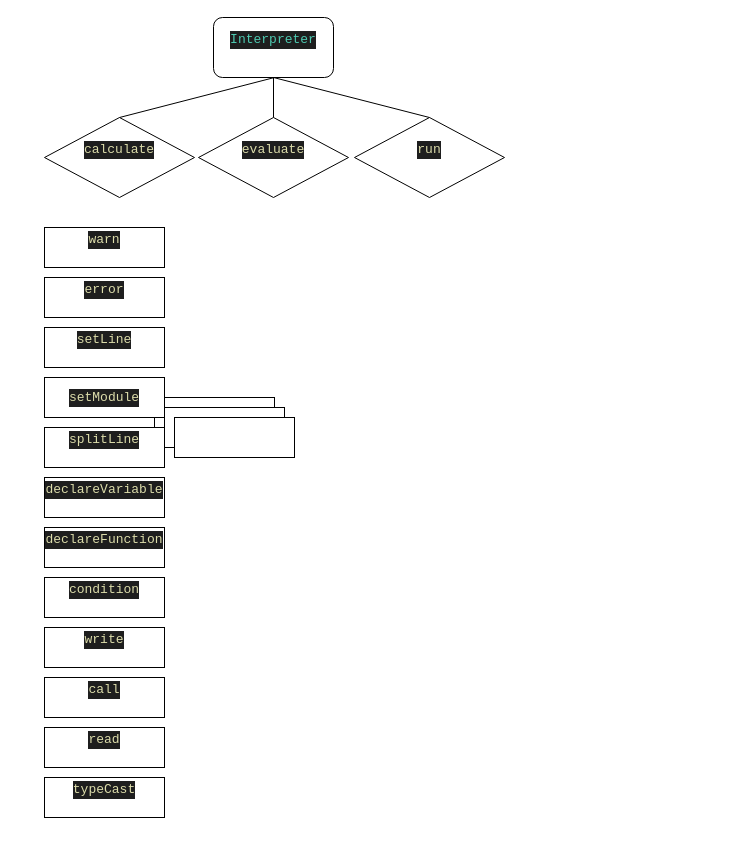
Above: Interpreter.drawio in ShaharMS/draw.io-projects (draw.io), before the change. Source tidied: cells renumbered, new cells numbered last; positions are measured from the earlier drawing's top-left corner, leaving out a move shared by most shapes. Both pictures are drawn from the tidied source at 100%, with x=0, y=0 at pixel (44, 17).
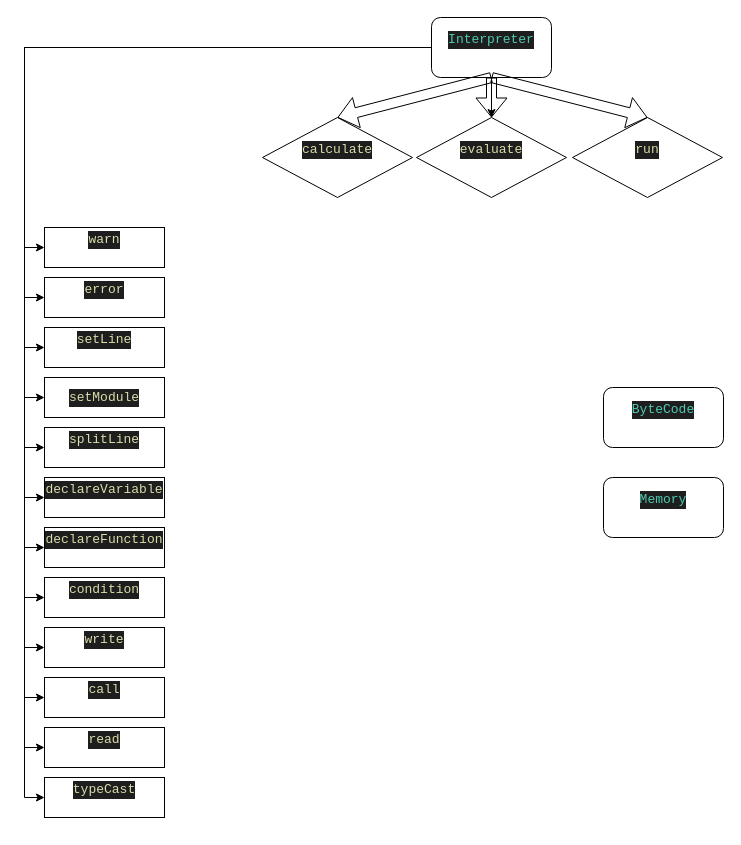
The same page after the edit.

Unchanged cells that the change refers to:
```xml
<mxCell id="9" value="&#10;&lt;div style=&quot;color: #d4d4d4;background-color: #1e1e1e;font-family: 'Fira Code', Consolas, 'Courier New', monospace;font-weight: normal;font-size: 13px;line-height: 18px;white-space: pre;&quot;&gt;&lt;div&gt;&lt;span style=&quot;color: #dcdcaa;&quot;&gt;error&lt;/span&gt;&lt;/div&gt;&lt;/div&gt;&#10;&#10;" style="rounded=0;whiteSpace=wrap;html=1;" parent="1" vertex="1">
  <mxGeometry y="260" width="120" height="40" as="geometry" />
</mxCell>
<mxCell id="11" value="&#10;&lt;div style=&quot;color: #d4d4d4;background-color: #1e1e1e;font-family: 'Fira Code', Consolas, 'Courier New', monospace;font-weight: normal;font-size: 13px;line-height: 18px;white-space: pre;&quot;&gt;&lt;div&gt;&lt;span style=&quot;color: #dcdcaa;&quot;&gt;warn&lt;/span&gt;&lt;/div&gt;&lt;/div&gt;&#10;&#10;" style="rounded=0;whiteSpace=wrap;html=1;fontStyle=0;" parent="1" vertex="1">
  <mxGeometry y="210" width="120" height="40" as="geometry" />
</mxCell>
<mxCell id="14" value="&#10;&lt;div style=&quot;color: #d4d4d4;background-color: #1e1e1e;font-family: 'Fira Code', Consolas, 'Courier New', monospace;font-weight: normal;font-size: 13px;line-height: 18px;white-space: pre;&quot;&gt;&lt;div&gt;&lt;span style=&quot;color: #dcdcaa;&quot;&gt;typeCast&lt;/span&gt;&lt;/div&gt;&lt;/div&gt;&#10;&#10;" style="rounded=0;whiteSpace=wrap;html=1;" parent="1" vertex="1">
  <mxGeometry y="760" width="120" height="40" as="geometry" />
</mxCell>
<mxCell id="15" value="&#10;&lt;div style=&quot;color: #d4d4d4;background-color: #1e1e1e;font-family: 'Fira Code', Consolas, 'Courier New', monospace;font-weight: normal;font-size: 13px;line-height: 18px;white-space: pre;&quot;&gt;&lt;div&gt;&lt;span style=&quot;color: #dcdcaa;&quot;&gt;read&lt;/span&gt;&lt;/div&gt;&lt;/div&gt;&#10;&#10;" style="rounded=0;whiteSpace=wrap;html=1;" parent="1" vertex="1">
  <mxGeometry y="710" width="120" height="40" as="geometry" />
</mxCell>
<mxCell id="16" value="&#10;&lt;div style=&quot;color: #d4d4d4;background-color: #1e1e1e;font-family: 'Fira Code', Consolas, 'Courier New', monospace;font-weight: normal;font-size: 13px;line-height: 18px;white-space: pre;&quot;&gt;&lt;div&gt;&lt;span style=&quot;color: #dcdcaa;&quot;&gt;call&lt;/span&gt;&lt;/div&gt;&lt;/div&gt;&#10;&#10;" style="rounded=0;whiteSpace=wrap;html=1;" parent="1" vertex="1">
  <mxGeometry y="660" width="120" height="40" as="geometry" />
</mxCell>
<mxCell id="17" value="&#10;&lt;div style=&quot;color: #d4d4d4;background-color: #1e1e1e;font-family: 'Fira Code', Consolas, 'Courier New', monospace;font-weight: normal;font-size: 13px;line-height: 18px;white-space: pre;&quot;&gt;&lt;div&gt;&lt;span style=&quot;color: #dcdcaa;&quot;&gt;write&lt;/span&gt;&lt;/div&gt;&lt;/div&gt;&#10;&#10;" style="rounded=0;whiteSpace=wrap;html=1;" parent="1" vertex="1">
  <mxGeometry y="610" width="120" height="40" as="geometry" />
</mxCell>
<mxCell id="18" value="&#10;&lt;div style=&quot;color: #d4d4d4;background-color: #1e1e1e;font-family: 'Fira Code', Consolas, 'Courier New', monospace;font-weight: normal;font-size: 13px;line-height: 18px;white-space: pre;&quot;&gt;&lt;div&gt;&lt;span style=&quot;color: #dcdcaa;&quot;&gt;condition&lt;/span&gt;&lt;/div&gt;&lt;/div&gt;&#10;&#10;" style="rounded=0;whiteSpace=wrap;html=1;" parent="1" vertex="1">
  <mxGeometry y="560" width="120" height="40" as="geometry" />
</mxCell>
<mxCell id="19" value="&#10;&lt;div style=&quot;color: #d4d4d4;background-color: #1e1e1e;font-family: 'Fira Code', Consolas, 'Courier New', monospace;font-weight: normal;font-size: 13px;line-height: 18px;white-space: pre;&quot;&gt;&lt;div&gt;&lt;span style=&quot;color: #dcdcaa;&quot;&gt;declareFunction&lt;/span&gt;&lt;/div&gt;&lt;/div&gt;&#10;&#10;" style="rounded=0;whiteSpace=wrap;html=1;" parent="1" vertex="1">
  <mxGeometry y="510" width="120" height="40" as="geometry" />
</mxCell>
<mxCell id="20" value="&#10;&lt;div style=&quot;color: #d4d4d4;background-color: #1e1e1e;font-family: 'Fira Code', Consolas, 'Courier New', monospace;font-weight: normal;font-size: 13px;line-height: 18px;white-space: pre;&quot;&gt;&lt;div&gt;&lt;span style=&quot;color: #dcdcaa;&quot;&gt;declareVariable&lt;/span&gt;&lt;/div&gt;&lt;/div&gt;&#10;&#10;" style="rounded=0;whiteSpace=wrap;html=1;" parent="1" vertex="1">
  <mxGeometry y="460" width="120" height="40" as="geometry" />
</mxCell>
<mxCell id="21" value="&#10;&lt;div style=&quot;color: #d4d4d4;background-color: #1e1e1e;font-family: 'Fira Code', Consolas, 'Courier New', monospace;font-weight: normal;font-size: 13px;line-height: 18px;white-space: pre;&quot;&gt;&lt;div&gt;&lt;span style=&quot;color: #dcdcaa;&quot;&gt;splitLine&lt;/span&gt;&lt;/div&gt;&lt;/div&gt;&#10;&#10;" style="rounded=0;whiteSpace=wrap;html=1;" parent="1" vertex="1">
  <mxGeometry y="410" width="120" height="40" as="geometry" />
</mxCell>
<mxCell id="22" value="&lt;div style=&quot;color: #d4d4d4;background-color: #1e1e1e;font-family: 'Fira Code', Consolas, 'Courier New', monospace;font-weight: normal;font-size: 13px;line-height: 18px;white-space: pre;&quot;&gt;&lt;div&gt;&lt;span style=&quot;color: #dcdcaa;&quot;&gt;setModule&lt;/span&gt;&lt;/div&gt;&lt;/div&gt;" style="rounded=0;whiteSpace=wrap;html=1;" parent="1" vertex="1">
  <mxGeometry y="360" width="120" height="40" as="geometry" />
</mxCell>
<mxCell id="23" value="&#10;&lt;div style=&quot;color: #d4d4d4;background-color: #1e1e1e;font-family: 'Fira Code', Consolas, 'Courier New', monospace;font-weight: normal;font-size: 13px;line-height: 18px;white-space: pre;&quot;&gt;&lt;div&gt;&lt;span style=&quot;color: #dcdcaa;&quot;&gt;setLine&lt;/span&gt;&lt;/div&gt;&lt;/div&gt;&#10;&#10;" style="rounded=0;whiteSpace=wrap;html=1;" parent="1" vertex="1">
  <mxGeometry y="310" width="120" height="40" as="geometry" />
</mxCell>
```

The edit, as a diff of the source:
```diff
@@
+    <mxCell id="24" style="edgeStyle=orthogonalEdgeStyle;rounded=0;jettySize=auto;html=1;entryX=0;entryY=0.5;entryDx=0;entryDy=0;" parent="1" edge="1" source="2" target="11">
+      <mxGeometry relative="1" as="geometry" />
+    </mxCell>
+    <mxCell id="25" style="edgeStyle=orthogonalEdgeStyle;rounded=0;jettySize=auto;html=1;entryX=0;entryY=0.5;entryDx=0;entryDy=0;" parent="1" edge="1" source="2" target="9">
+      <mxGeometry relative="1" as="geometry" />
+    </mxCell>
+    <mxCell id="26" style="edgeStyle=orthogonalEdgeStyle;rounded=0;jettySize=auto;html=1;entryX=0;entryY=0.5;entryDx=0;entryDy=0;" parent="1" edge="1" source="2" target="23">
+      <mxGeometry relative="1" as="geometry" />
+    </mxCell>
+    <mxCell id="27" style="edgeStyle=orthogonalEdgeStyle;rounded=0;jettySize=auto;html=1;entryX=0;entryY=0.5;entryDx=0;entryDy=0;" parent="1" edge="1" source="2" target="22">
+      <mxGeometry relative="1" as="geometry" />
+    </mxCell>
+    <mxCell id="28" style="edgeStyle=orthogonalEdgeStyle;rounded=0;jettySize=auto;html=1;entryX=0;entryY=0.5;entryDx=0;entryDy=0;" parent="1" edge="1" source="2" target="21">
+      <mxGeometry relative="1" as="geometry" />
+    </mxCell>
+    <mxCell id="29" style="edgeStyle=orthogonalEdgeStyle;rounded=0;jettySize=auto;html=1;entryX=0;entryY=0.5;entryDx=0;entryDy=0;" parent="1" edge="1" source="2" target="20">
+      <mxGeometry relative="1" as="geometry" />
+    </mxCell>
+    <mxCell id="30" style="edgeStyle=orthogonalEdgeStyle;rounded=0;jettySize=auto;html=1;entryX=0;entryY=0.5;entryDx=0;entryDy=0;" parent="1" edge="1" source="2" target="19">
+      <mxGeometry relative="1" as="geometry" />
+    </mxCell>
+    <mxCell id="31" style="edgeStyle=orthogonalEdgeStyle;rounded=0;jettySize=auto;html=1;entryX=0;entryY=0.5;entryDx=0;entryDy=0;" parent="1" edge="1" source="2" target="18">
+      <mxGeometry relative="1" as="geometry" />
+    </mxCell>
+    <mxCell id="32" style="edgeStyle=orthogonalEdgeStyle;rounded=0;jettySize=auto;html=1;entryX=0;entryY=0.5;entryDx=0;entryDy=0;" parent="1" edge="1" source="2" target="17">
+      <mxGeometry relative="1" as="geometry" />
+    </mxCell>
+    <mxCell id="33" style="edgeStyle=orthogonalEdgeStyle;rounded=0;jettySize=auto;html=1;entryX=0;entryY=0.5;entryDx=0;entryDy=0;" parent="1" edge="1" source="2" target="16">
+      <mxGeometry relative="1" as="geometry" />
+    </mxCell>
+    <mxCell id="34" style="edgeStyle=orthogonalEdgeStyle;rounded=0;jettySize=auto;html=1;entryX=0;entryY=0.5;entryDx=0;entryDy=0;" parent="1" edge="1" source="2" target="15">
+      <mxGeometry relative="1" as="geometry" />
+    </mxCell>
+    <mxCell id="35" style="edgeStyle=orthogonalEdgeStyle;rounded=0;jettySize=auto;html=1;entryX=0;entryY=0.5;entryDx=0;entryDy=0;" parent="1" edge="1" source="2" target="14">
+      <mxGeometry relative="1" as="geometry" />
+    </mxCell>
+    <mxCell id="36" style="edgeStyle=orthogonalEdgeStyle;rounded=0;jettySize=auto;html=1;" parent="1" edge="1" source="2" target="4">
+      <mxGeometry relative="1" as="geometry" />
+    </mxCell>
     <mxCell id="2" value="&#10;&lt;div style=&quot;color: #d4d4d4;background-color: #1e1e1e;font-family: 'Fira Code', Consolas, 'Courier New', monospace;font-weight: normal;font-size: 13px;line-height: 18px;white-space: pre;&quot;&gt;&lt;div&gt;&lt;span style=&quot;color: #4ec9b0;&quot;&gt;Interpreter&lt;/span&gt;&lt;/div&gt;&lt;/div&gt;&#10;&#10;" style="rounded=1;whiteSpace=wrap;html=1;" parent="1" vertex="1">
-      <mxGeometry x="169" width="120" height="60" as="geometry" />
+      <mxGeometry x="387" width="120" height="60" as="geometry" />
     </mxCell>
     <mxCell id="3" value="&#10;&lt;div style=&quot;color: #d4d4d4;background-color: #1e1e1e;font-family: 'Fira Code', Consolas, 'Courier New', monospace;font-weight: normal;font-size: 13px;line-height: 18px;white-space: pre;&quot;&gt;&lt;div&gt;&lt;span style=&quot;color: #dcdcaa;&quot;&gt;run&lt;/span&gt;&lt;/div&gt;&lt;/div&gt;&#10;&#10;" style="rhombus;whiteSpace=wrap;html=1;" parent="1" vertex="1">
-      <mxGeometry x="310" y="100" width="150" height="80" as="geometry" />
+      <mxGeometry x="528" y="100" width="150" height="80" as="geometry" />
     </mxCell>
     <mxCell id="4" value="&#10;&lt;div style=&quot;color: #d4d4d4;background-color: #1e1e1e;font-family: 'Fira Code', Consolas, 'Courier New', monospace;font-weight: normal;font-size: 13px;line-height: 18px;white-space: pre;&quot;&gt;&lt;div&gt;&lt;span style=&quot;color: #dcdcaa;&quot;&gt;evaluate&lt;/span&gt;&lt;/div&gt;&lt;/div&gt;&#10;&#10;" style="rhombus;whiteSpace=wrap;html=1;" parent="1" vertex="1">
-      <mxGeometry x="154" y="100" width="150" height="80" as="geometry" />
+      <mxGeometry x="372" y="100" width="150" height="80" as="geometry" />
     </mxCell>
     <mxCell id="5" value="&#10;&lt;div style=&quot;color: #d4d4d4;background-color: #1e1e1e;font-family: 'Fira Code', Consolas, 'Courier New', monospace;font-weight: normal;font-size: 13px;line-height: 18px;white-space: pre;&quot;&gt;&lt;div&gt;&lt;span style=&quot;color: #dcdcaa;&quot;&gt;calculate&lt;/span&gt;&lt;/div&gt;&lt;/div&gt;&#10;&#10;" style="rhombus;whiteSpace=wrap;html=1;" parent="1" vertex="1">
-      <mxGeometry y="100" width="150" height="80" as="geometry" />
+      <mxGeometry x="218" y="100" width="150" height="80" as="geometry" />
     </mxCell>
-    <mxCell id="6" style="endArrow=none;html=1;rounded=0;entryX=0.5;entryY=1;entryDx=0;entryDy=0;exitX=0.5;exitY=0;exitDx=0;exitDy=0;" parent="1" edge="1" source="4" target="2">
-      <mxGeometry relative="1" as="geometry" />
-    </mxCell>
-    <mxCell id="7" style="endArrow=none;html=1;rounded=0;entryX=0.5;entryY=0;entryDx=0;entryDy=0;exitX=0.5;exitY=1;exitDx=0;exitDy=0;" parent="1" edge="1" source="2" target="3">
-      <mxGeometry relative="1" as="geometry" />
-    </mxCell>
-    <mxCell id="8" style="endArrow=none;html=1;rounded=0;exitX=0.5;exitY=0;exitDx=0;exitDy=0;" parent="1" edge="1" source="5">
-      <mxGeometry relative="1" as="geometry">
-        <mxPoint x="230" y="60" as="targetPoint" />
-      </mxGeometry>
-    </mxCell>
@@
-    <mxCell id="10" style="rounded=0;whiteSpace=wrap;html=1;" parent="1" vertex="1">
-      <mxGeometry x="110" y="380" width="120" height="40" as="geometry" />
-    </mxCell>
@@
-    <mxCell id="12" style="rounded=0;whiteSpace=wrap;html=1;" parent="1" vertex="1">
-      <mxGeometry x="120" y="390" width="120" height="40" as="geometry" />
-    </mxCell>
-    <mxCell id="13" style="rounded=0;whiteSpace=wrap;html=1;" parent="1" vertex="1">
-      <mxGeometry x="130" y="400" width="120" height="40" as="geometry" />
-    </mxCell>
@@
+    <mxCell id="37" value="&#10;&lt;div style=&quot;color: #d4d4d4;background-color: #1e1e1e;font-family: 'Fira Code', Consolas, 'Courier New', monospace;font-weight: normal;font-size: 13px;line-height: 18px;white-space: pre;&quot;&gt;&lt;div&gt;&lt;span style=&quot;color: #4ec9b0;&quot;&gt;ByteCode&lt;/span&gt;&lt;/div&gt;&lt;/div&gt;&#10;&#10;" style="rounded=1;whiteSpace=wrap;html=1;" parent="1" vertex="1">
+      <mxGeometry x="559" y="370" width="120" height="60" as="geometry" />
+    </mxCell>
+    <mxCell id="38" value="&#10;&lt;div style=&quot;color: #d4d4d4;background-color: #1e1e1e;font-family: 'Fira Code', Consolas, 'Courier New', monospace;font-weight: normal;font-size: 13px;line-height: 18px;white-space: pre;&quot;&gt;&lt;div&gt;&lt;span style=&quot;color: #4ec9b0;&quot;&gt;Memory&lt;/span&gt;&lt;/div&gt;&lt;/div&gt;&#10;&#10;" style="rounded=1;whiteSpace=wrap;html=1;" parent="1" vertex="1">
+      <mxGeometry x="559" y="460" width="120" height="60" as="geometry" />
+    </mxCell>
+    <mxCell id="39" style="shape=flexArrow;endArrow=classic;html=1;rounded=0;exitX=0.5;exitY=1;exitDx=0;exitDy=0;" parent="1" edge="1" source="2" target="4">
+      <mxGeometry relative="1" as="geometry" />
+    </mxCell>
+    <mxCell id="40" style="shape=flexArrow;endArrow=classic;html=1;rounded=0;exitX=0.5;exitY=1;exitDx=0;exitDy=0;entryX=0.5;entryY=0;entryDx=0;entryDy=0;" parent="1" edge="1" source="2" target="5">
+      <mxGeometry relative="1" as="geometry" />
+    </mxCell>
+    <mxCell id="7" style="shape=flexArrow;endArrow=classic;html=1;rounded=0;exitX=0.5;exitY=1;exitDx=0;exitDy=0;entryX=0.5;entryY=0;entryDx=0;entryDy=0;" parent="1" edge="1" source="2" target="3">
+      <mxGeometry relative="1" as="geometry" />
+    </mxCell>
```
